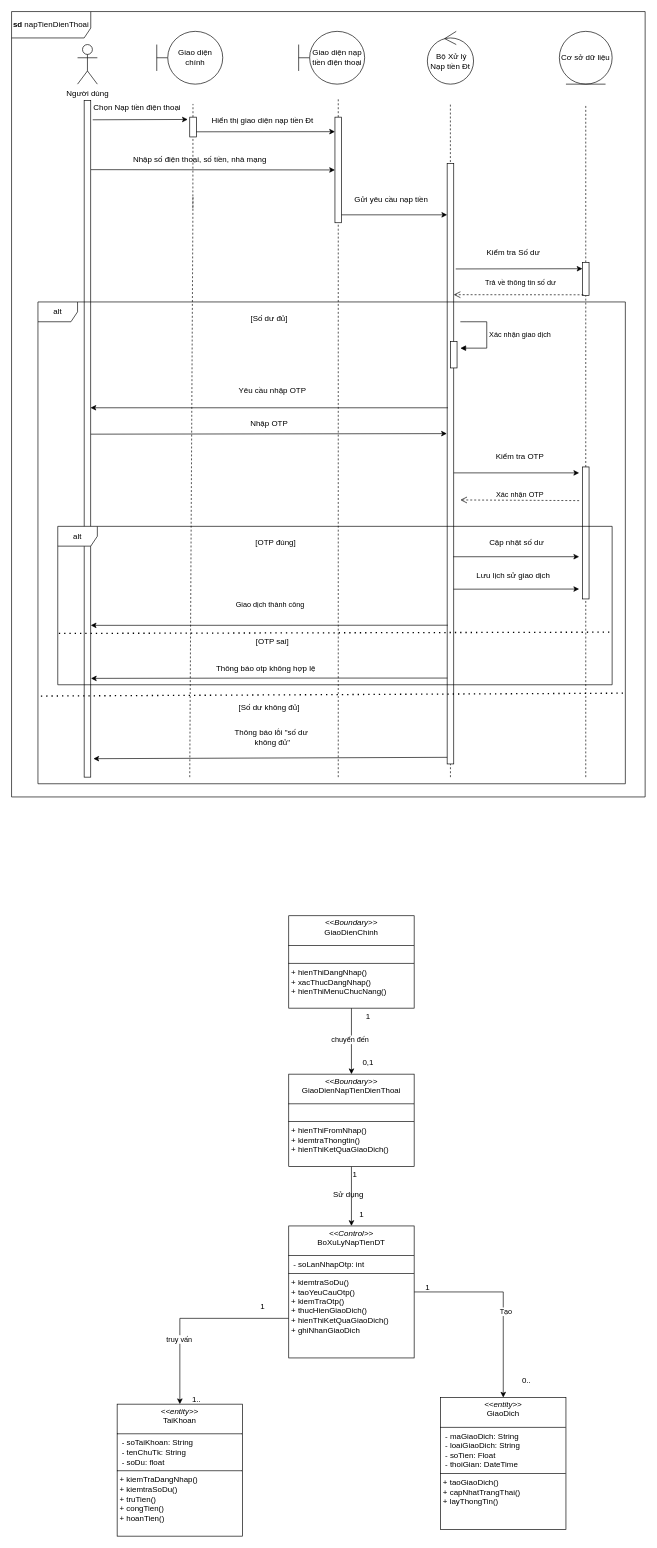
Earlier version of the draw.io diagram page "Tuần tự" (1 of 4) of uml/BHDG_Usecase_6.0.0.1.drawio (HoangDucBach/bghc). Source tidied: cells renumbered, new cells numbered last; positions are measured from the earlier drawing's top-left corner, leaving out a move shared by most shapes. Both pictures are drawn from the tidied source at 66%, with x=0, y=0 at pixel (11, 11).
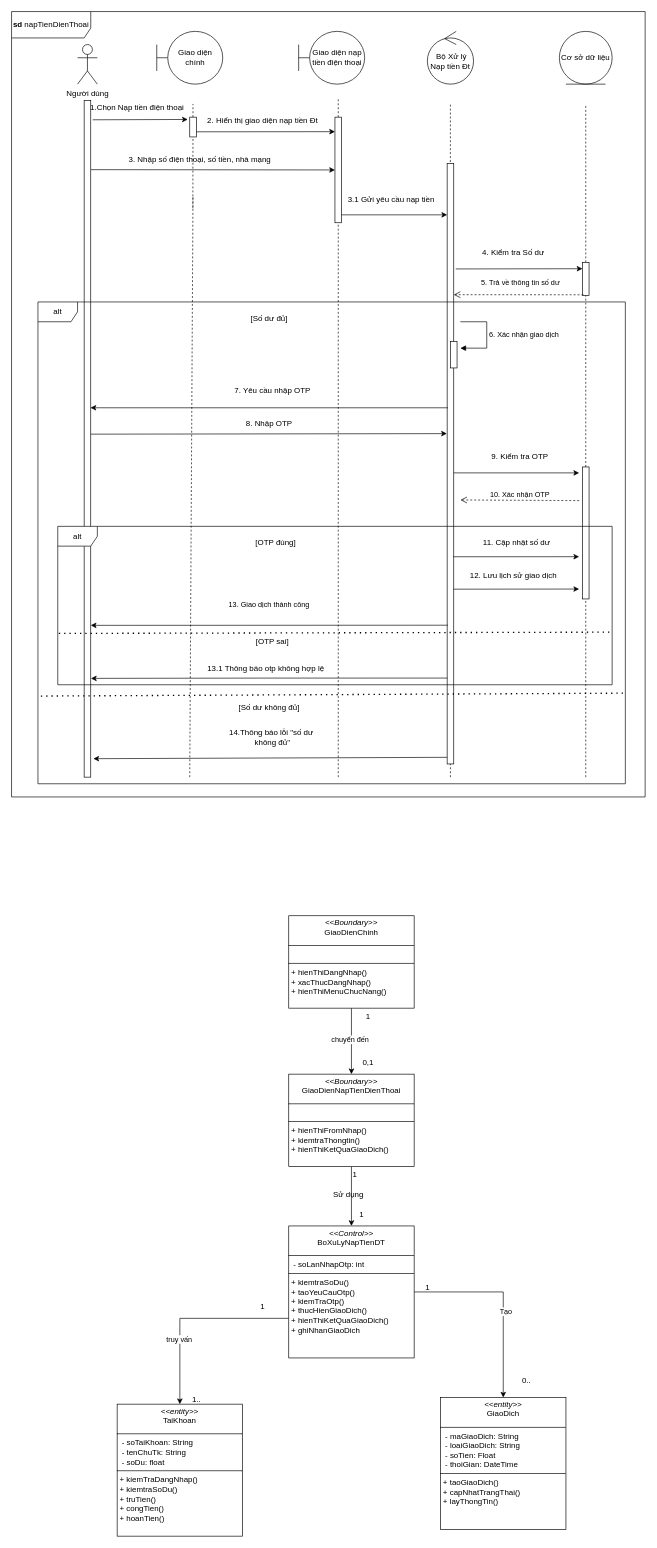
The same page after the edit.

Unchanged cells that the change refers to:
```xml
<mxCell id="19" style="endArrow=none;dashed=1;html=1;rounded=0;" parent="1" edge="1">
  <mxGeometry relative="1" as="geometry">
    <mxPoint x="270" y="1160" as="sourcePoint" />
    <mxPoint x="274.9" y="280" as="targetPoint" />
  </mxGeometry>
</mxCell>
<mxCell id="24" style="html=1;points=[];perimeter=orthogonalPerimeter;rounded=0;shadow=0;comic=0;labelBackgroundColor=none;strokeWidth=1;fontFamily=Verdana;fontSize=12;align=center;" parent="1" vertex="1">
  <mxGeometry x="865" y="380" width="10" height="50" as="geometry" />
</mxCell>
```

What changed in the source:
```diff
@@
-    <mxCell id="6" value="Chọn Nạp tiền điện thoại" style="text;html=1;align=center;verticalAlign=middle;strokeColor=none;fillColor=none;" parent="1" vertex="1">
+    <mxCell id="6" value="1.Chọn Nạp tiền điện thoại" style="text;html=1;align=center;verticalAlign=middle;strokeColor=none;fillColor=none;" parent="1" vertex="1">
       <mxGeometry x="110" y="130" width="160" height="30" as="geometry" />
     </mxCell>
@@
-    <mxCell id="8" value="Hiển thị giao diện nạp tiền Đt" style="text;html=1;align=center;verticalAlign=middle;strokeColor=none;fillColor=none;" parent="1" vertex="1">
+    <mxCell id="8" value="2. Hiển thị giao diện nạp tiền Đt" style="text;html=1;align=center;verticalAlign=middle;strokeColor=none;fillColor=none;" parent="1" vertex="1">
       <mxGeometry x="290" y="150" width="180" height="30" as="geometry" />
     </mxCell>
@@
-    <mxCell id="20" value="&amp;nbsp;Giao dịch thành công" style="edgeLabel;html=1;align=center;verticalAlign=middle;" parent="19" vertex="1">
+    <mxCell id="20" value="&amp;nbsp;13. Giao dịch thành công&amp;nbsp;" style="edgeLabel;html=1;align=center;verticalAlign=middle;" parent="19" vertex="1">
       <mxGeometry x="-0.76" y="4" relative="1" as="geometry">
         <mxPoint x="123" y="-156" as="offset" />
       </mxGeometry>
     </mxCell>
@@
-    <mxCell id="25" value="Kiểm tra Số dư" style="text;html=1;align=center;verticalAlign=middle;strokeColor=none;fillColor=none;" parent="1" vertex="1">
-      <mxGeometry x="710" y="350" width="100" height="30" as="geometry" />
+    <mxCell id="25" value="4. Kiểm tra Số dư" style="text;html=1;align=center;verticalAlign=middle;strokeColor=none;fillColor=none;" parent="1" vertex="1">
+      <mxGeometry x="700" y="350" width="120" height="30" as="geometry" />
     </mxCell>
-    <mxCell id="26" value="Yêu cầu nhập OTP" style="text;html=1;align=center;verticalAlign=middle;strokeColor=none;fillColor=none;" parent="1" vertex="1">
-      <mxGeometry x="330" y="560" width="130" height="30" as="geometry" />
+    <mxCell id="26" value="7. Yêu cầu nhập OTP" style="text;html=1;align=center;verticalAlign=middle;strokeColor=none;fillColor=none;" parent="1" vertex="1">
+      <mxGeometry x="325" y="560" width="140" height="30" as="geometry" />
     </mxCell>
-    <mxCell id="27" value="Nhập OTP" style="text;html=1;align=center;verticalAlign=middle;strokeColor=none;fillColor=none;" parent="1" vertex="1">
-      <mxGeometry x="350" y="610" width="80" height="30" as="geometry" />
+    <mxCell id="27" value="8. Nhập OTP" style="text;html=1;align=center;verticalAlign=middle;strokeColor=none;fillColor=none;" parent="1" vertex="1">
+      <mxGeometry x="345" y="610" width="90" height="30" as="geometry" />
     </mxCell>
-    <mxCell id="28" value="Kiểm tra OTP" style="text;html=1;align=center;verticalAlign=middle;strokeColor=none;fillColor=none;" parent="1" vertex="1">
-      <mxGeometry x="720" y="660" width="100" height="30" as="geometry" />
+    <mxCell id="28" value="9. Kiểm tra OTP" style="text;html=1;align=center;verticalAlign=middle;strokeColor=none;fillColor=none;" parent="1" vertex="1">
+      <mxGeometry x="715" y="660" width="110" height="30" as="geometry" />
     </mxCell>
-    <mxCell id="29" value="Cập nhật số dư" style="text;html=1;align=center;verticalAlign=middle;strokeColor=none;fillColor=none;" parent="1" vertex="1">
-      <mxGeometry x="710" y="790" width="110" height="30" as="geometry" />
+    <mxCell id="29" value="11. Cập nhật số dư" style="text;html=1;align=center;verticalAlign=middle;strokeColor=none;fillColor=none;" parent="1" vertex="1">
+      <mxGeometry x="705" y="790" width="120" height="30" as="geometry" />
     </mxCell>
@@
-    <mxCell id="31" value="Thông báo otp không hợp lệ" style="text;html=1;align=center;verticalAlign=middle;strokeColor=none;fillColor=none;" parent="1" vertex="1">
-      <mxGeometry x="300" y="980" width="170" height="30" as="geometry" />
+    <mxCell id="31" value="13.1 Thông báo otp không hợp lệ" style="text;html=1;align=center;verticalAlign=middle;strokeColor=none;fillColor=none;" parent="1" vertex="1">
+      <mxGeometry x="290" y="980" width="190" height="30" as="geometry" />
     </mxCell>
-    <mxCell id="32" value="Thông báo lỗi &quot;số dư&amp;nbsp;&lt;div&gt;không đủ&quot;&lt;/div&gt;" style="text;html=1;align=center;verticalAlign=middle;strokeColor=none;fillColor=none;" parent="1" vertex="1">
-      <mxGeometry x="325" y="1080" width="140" height="40" as="geometry" />
+    <mxCell id="32" value="14.Thông báo lỗi &quot;số dư&amp;nbsp;&lt;div&gt;không đủ&quot;&lt;/div&gt;" style="text;html=1;align=center;verticalAlign=middle;strokeColor=none;fillColor=none;" parent="1" vertex="1">
+      <mxGeometry x="320" y="1080" width="150" height="40" as="geometry" />
     </mxCell>
@@
-    <mxCell id="40" value="Nhập số điện thoại, số tiền, nhà mạng" style="text;html=1;align=center;verticalAlign=middle;strokeColor=none;fillColor=none;" parent="1" vertex="1">
+    <mxCell id="40" value="3. Nhập số điện thoại, số tiền, nhà mạng" style="text;html=1;align=center;verticalAlign=middle;strokeColor=none;fillColor=none;" parent="1" vertex="1">
       <mxGeometry x="170" y="210" width="230" height="30" as="geometry" />
     </mxCell>
@@
-    <mxCell id="42" value="Gửi yêu cầu nạp tiền" style="text;html=1;align=center;verticalAlign=middle;strokeColor=none;fillColor=none;" parent="1" vertex="1">
-      <mxGeometry x="510" y="270" width="130" height="30" as="geometry" />
+    <mxCell id="42" value="3.1 Gửi yêu cầu nạp tiền" style="text;html=1;align=center;verticalAlign=middle;strokeColor=none;fillColor=none;" parent="1" vertex="1">
+      <mxGeometry x="500" y="270" width="150" height="30" as="geometry" />
     </mxCell>
-    <mxCell id="43" value="Trả về thông tin số dư" style="html=1;verticalAlign=bottom;endArrow=open;dashed=1;endSize=8;curved=0;rounded=0;exitX=0.155;exitY=0.983;exitDx=0;exitDy=0;exitPerimeter=0;entryX=1.282;entryY=0.254;entryDx=0;entryDy=0;entryPerimeter=0;" parent="1" edge="1" source="24">
+    <mxCell id="43" value="5. Trả về thông tin số dư" style="html=1;verticalAlign=bottom;endArrow=open;dashed=1;endSize=8;curved=0;rounded=0;exitX=0.155;exitY=0.983;exitDx=0;exitDy=0;exitPerimeter=0;entryX=1.282;entryY=0.254;entryDx=0;entryDy=0;entryPerimeter=0;" parent="1" edge="1" source="24">
       <mxGeometry x="-0.02" y="-9" relative="1" as="geometry">
         <mxPoint x="670" y="429" as="targetPoint" />
       </mxGeometry>
     </mxCell>
@@
-    <mxCell id="45" value="Xác nhận giao dịch" style="html=1;align=left;spacingLeft=2;endArrow=block;rounded=0;edgeStyle=orthogonalEdgeStyle;curved=0;rounded=0;" parent="1" edge="1">
+    <mxCell id="45" value="6. Xác nhận giao dịch" style="html=1;align=left;spacingLeft=2;endArrow=block;rounded=0;edgeStyle=orthogonalEdgeStyle;curved=0;rounded=0;" parent="1" edge="1">
       <mxGeometry relative="1" as="geometry">
         <mxPoint x="680" y="470" as="sourcePoint" />
         <mxPoint x="680" y="510" as="targetPoint" />
         <Array as="points">
           <mxPoint x="690" y="470" />
           <mxPoint x="720" y="470" />
           <mxPoint x="720" y="510" />
         </Array>
       </mxGeometry>
     </mxCell>
@@
-    <mxCell id="49" value="Xác nhận OTP" style="html=1;verticalAlign=bottom;endArrow=open;dashed=1;endSize=8;curved=0;rounded=0;" parent="1" edge="1">
+    <mxCell id="49" value="10. Xác nhận OTP" style="html=1;verticalAlign=bottom;endArrow=open;dashed=1;endSize=8;curved=0;rounded=0;" parent="1" edge="1">
       <mxGeometry relative="1" as="geometry">
         <mxPoint x="860" y="741" as="sourcePoint" />
         <mxPoint x="680" y="740" as="targetPoint" />
       </mxGeometry>
     </mxCell>
@@
-    <mxCell id="52" value="Lưu lịch sử giao dịch" style="text;html=1;align=center;verticalAlign=middle;strokeColor=none;fillColor=none;" parent="1" vertex="1">
-      <mxGeometry x="695" y="840" width="130" height="30" as="geometry" />
+    <mxCell id="52" value="12. Lưu lịch sử giao dịch" style="text;html=1;align=center;verticalAlign=middle;strokeColor=none;fillColor=none;" parent="1" vertex="1">
+      <mxGeometry x="685" y="840" width="150" height="30" as="geometry" />
     </mxCell>
```
